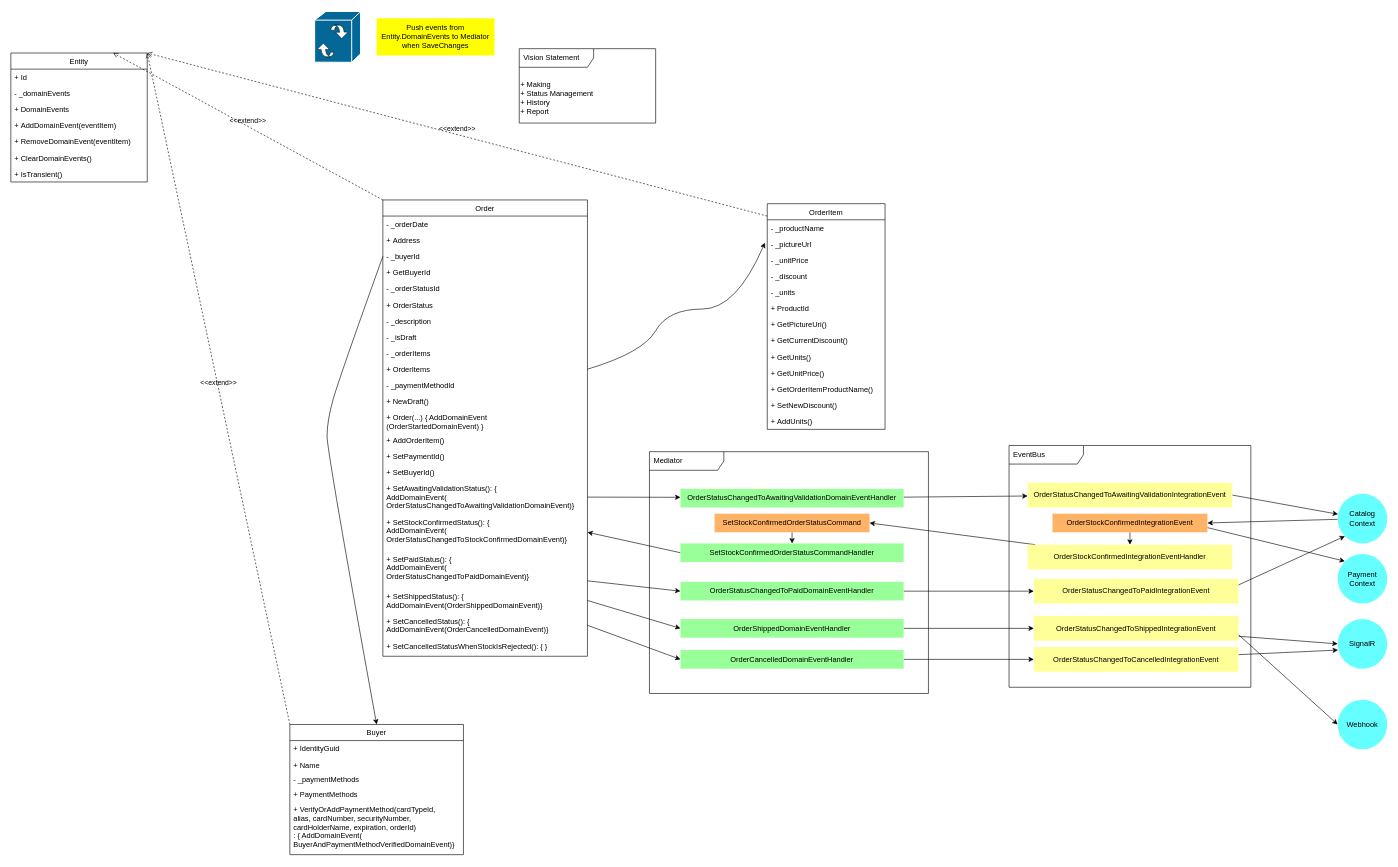
Earlier version of the draw.io diagram page "Ordering" (2 of 2) of documents/DomainDrivenDesign.drawio (QuyenOrion/OrionEShopOnContainers). Source tidied: cells renumbered, new cells numbered last; positions are measured from the earlier drawing's top-left corner, leaving out a move shared by most shapes. Both pictures are drawn from the tidied source at 62%, with x=0, y=0 at pixel (11, 11).
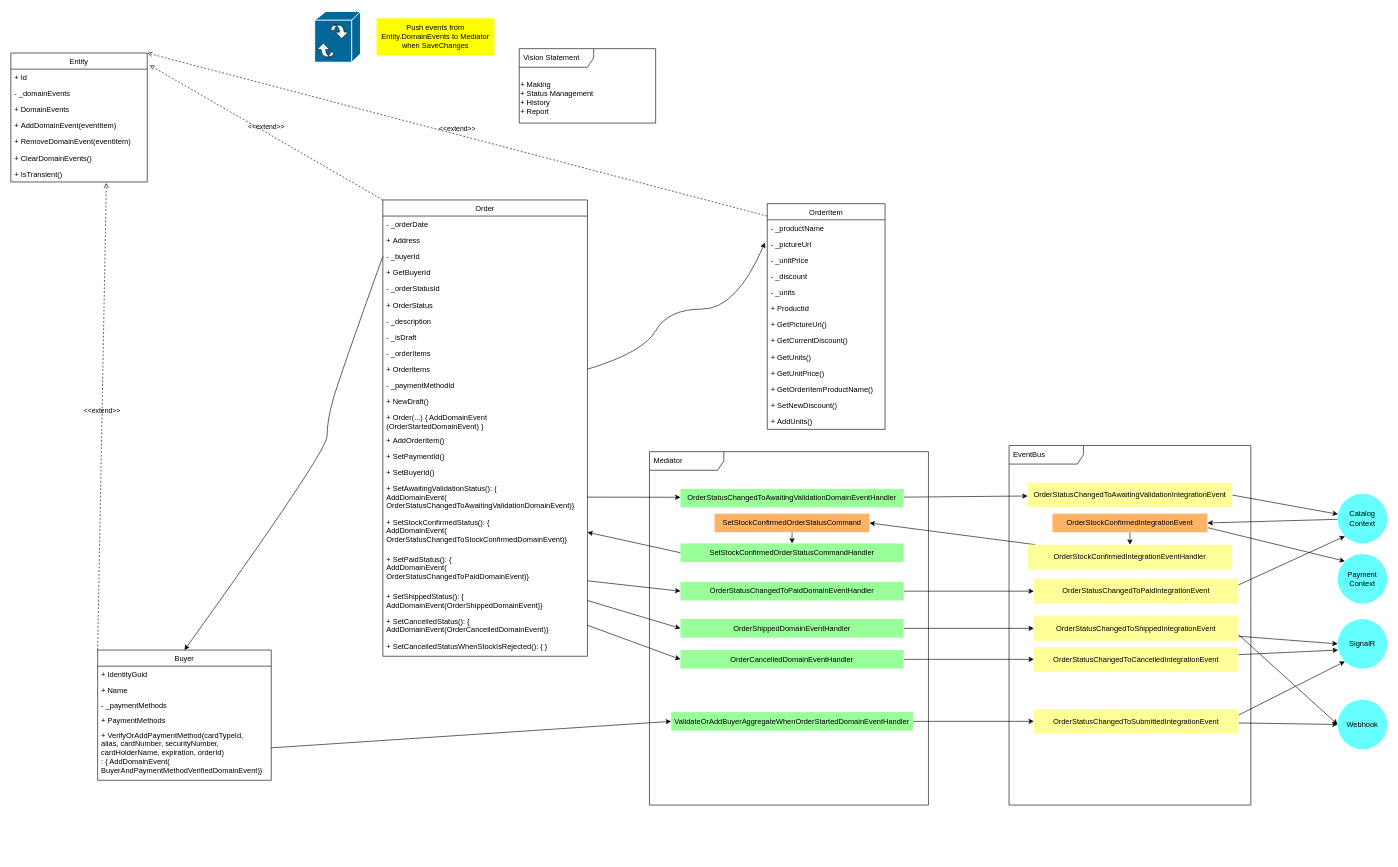
The same diagram, later.

Unchanged cells that the change refers to:
```xml
<mxCell id="6" value="Order" style="swimlane;fontStyle=0;horizontal=1;startSize=26;fillColor=none;" parent="1" vertex="1">
  <mxGeometry x="600" y="304" width="330" height="736" as="geometry" />
</mxCell>
<mxCell id="49" value="+ VerifyOrAddPaymentMethod(cardTypeId,&#10;alias, cardNumber, securityNumber, &#10;cardHolderName, expiration, orderId)&#10;: { AddDomainEvent(&#10;BuyerAndPaymentMethodVerifiedDomainEvent)}" style="text;strokeColor=none;fillColor=none;align=left;verticalAlign=top;spacingLeft=4;spacingRight=4;overflow=hidden;points=[[0,0.5],[1,0.5]];portConstraint=eastwest;" parent="44" vertex="1">
  <mxGeometry y="124" width="280" height="86" as="geometry" />
</mxCell>
<mxCell id="51" value="Entity" style="swimlane;fontStyle=0;horizontal=1;startSize=26;fillColor=none;" parent="1" vertex="1">
  <mxGeometry y="67" width="220" height="208" as="geometry" />
</mxCell>
<mxCell id="58" value="+ IsTransient()" style="text;strokeColor=none;fillColor=none;align=left;verticalAlign=top;spacingLeft=4;spacingRight=4;overflow=hidden;points=[[0,0.5],[1,0.5]];portConstraint=eastwest;" parent="51" vertex="1">
  <mxGeometry y="182" width="220" height="26" as="geometry" />
</mxCell>
<mxCell id="91" value="SignalR" style="ellipse;whiteSpace=wrap;html=1;fillColor=#66FFFF;strokeColor=none;gradientColor=none;rounded=0;" parent="1" vertex="1">
  <mxGeometry x="2140" y="980" width="80" height="80" as="geometry" />
</mxCell>
<mxCell id="92" value="Webhook" style="ellipse;whiteSpace=wrap;html=1;fillColor=#66FFFF;strokeColor=none;gradientColor=none;rounded=0;" parent="1" vertex="1">
  <mxGeometry x="2140" y="1110" width="80" height="80" as="geometry" />
</mxCell>
```

Change to the diagram source:
```diff
@@
     <mxCell id="2" value="Mediator" style="shape=umlFrame;whiteSpace=wrap;html=1;width=120;height=30;boundedLbl=1;verticalAlign=middle;align=left;spacingLeft=5;strokeColor=#000000;fillColor=none;" parent="1" vertex="1">
-      <mxGeometry x="1030" y="710" width="450" height="390" as="geometry" />
+      <mxGeometry x="1030" y="710" width="450" height="570" as="geometry" />
     </mxCell>
     <mxCell id="3" value="EventBus" style="shape=umlFrame;whiteSpace=wrap;html=1;width=120;height=30;boundedLbl=1;verticalAlign=middle;align=left;spacingLeft=5;strokeColor=#000000;fillColor=none;" parent="1" vertex="1">
-      <mxGeometry x="1610" y="700" width="390" height="390" as="geometry" />
+      <mxGeometry x="1610" y="700" width="390" height="580" as="geometry" />
     </mxCell>
@@
     <mxCell id="44" value="Buyer" style="swimlane;fontStyle=0;horizontal=1;startSize=26;fillColor=none;" parent="1" vertex="1">
-      <mxGeometry x="450" y="1150" width="280" height="210" as="geometry" />
+      <mxGeometry x="140" y="1030" width="280" height="210" as="geometry" />
     </mxCell>
@@
-    <mxCell id="59" value="&amp;lt;&amp;lt;extend&amp;gt;&amp;gt;" style="html=1;verticalAlign=bottom;labelBackgroundColor=none;endArrow=open;endFill=0;dashed=1;entryX=1;entryY=0;entryDx=0;entryDy=0;exitX=0;exitY=0;exitDx=0;exitDy=0;" parent="1" edge="1" source="44" target="51">
+    <mxCell id="59" value="&amp;lt;&amp;lt;extend&amp;gt;&amp;gt;" style="html=1;verticalAlign=bottom;labelBackgroundColor=none;endArrow=open;endFill=0;dashed=1;entryX=0.7;entryY=1.064;entryDx=0;entryDy=0;exitX=0;exitY=0;exitDx=0;exitDy=0;entryPerimeter=0;" parent="1" edge="1" source="44" target="58">
       <mxGeometry relative="1" as="geometry" />
     </mxCell>
-    <mxCell id="60" value="&amp;lt;&amp;lt;extend&amp;gt;&amp;gt;" style="html=1;verticalAlign=bottom;labelBackgroundColor=none;endArrow=open;endFill=0;dashed=1;entryX=0.75;entryY=0;entryDx=0;entryDy=0;exitX=0;exitY=0;exitDx=0;exitDy=0;" parent="1" edge="1" source="6" target="51">
+    <mxCell id="60" value="&amp;lt;&amp;lt;extend&amp;gt;&amp;gt;" style="html=1;verticalAlign=bottom;labelBackgroundColor=none;endArrow=open;endFill=0;dashed=1;entryX=1.018;entryY=0.095;entryDx=0;entryDy=0;exitX=0;exitY=0;exitDx=0;exitDy=0;entryPerimeter=0;" parent="1" edge="1" source="6" target="51">
       <mxGeometry relative="1" as="geometry" />
     </mxCell>
@@
+    <mxCell id="99" style="edgeStyle=none;html=1;entryX=0;entryY=0.5;entryDx=0;entryDy=0;" parent="1" edge="1" source="100" target="104">
+      <mxGeometry relative="1" as="geometry" />
+    </mxCell>
+    <mxCell id="100" value="ValidateOrAddBuyerAggregateWhenOrderStartedDomainEventHandler" style="text;html=1;strokeColor=none;fillColor=#99FF99;align=center;verticalAlign=middle;whiteSpace=wrap;rounded=0;" parent="1" vertex="1">
+      <mxGeometry x="1065" y="1130" width="390" height="30" as="geometry" />
+    </mxCell>
+    <mxCell id="101" style="edgeStyle=none;html=1;entryX=0;entryY=0.5;entryDx=0;entryDy=0;" parent="1" edge="1" source="49" target="100">
+      <mxGeometry relative="1" as="geometry" />
+    </mxCell>
+    <mxCell id="102" style="edgeStyle=none;html=1;entryX=0;entryY=1;entryDx=0;entryDy=0;exitX=1;exitY=0.25;exitDx=0;exitDy=0;" parent="1" edge="1" source="104" target="91">
+      <mxGeometry relative="1" as="geometry" />
+    </mxCell>
+    <mxCell id="103" style="edgeStyle=none;html=1;entryX=0;entryY=0.5;entryDx=0;entryDy=0;" parent="1" edge="1" source="104" target="92">
+      <mxGeometry relative="1" as="geometry" />
+    </mxCell>
+    <mxCell id="104" value="OrderStatusChangedToSubmittedIntegrationEvent" style="whiteSpace=wrap;html=1;fillColor=#FFFF99;strokeColor=none;gradientColor=none;rounded=0;" parent="1" vertex="1">
+      <mxGeometry x="1650" y="1125" width="330" height="40" as="geometry" />
+    </mxCell>
```
